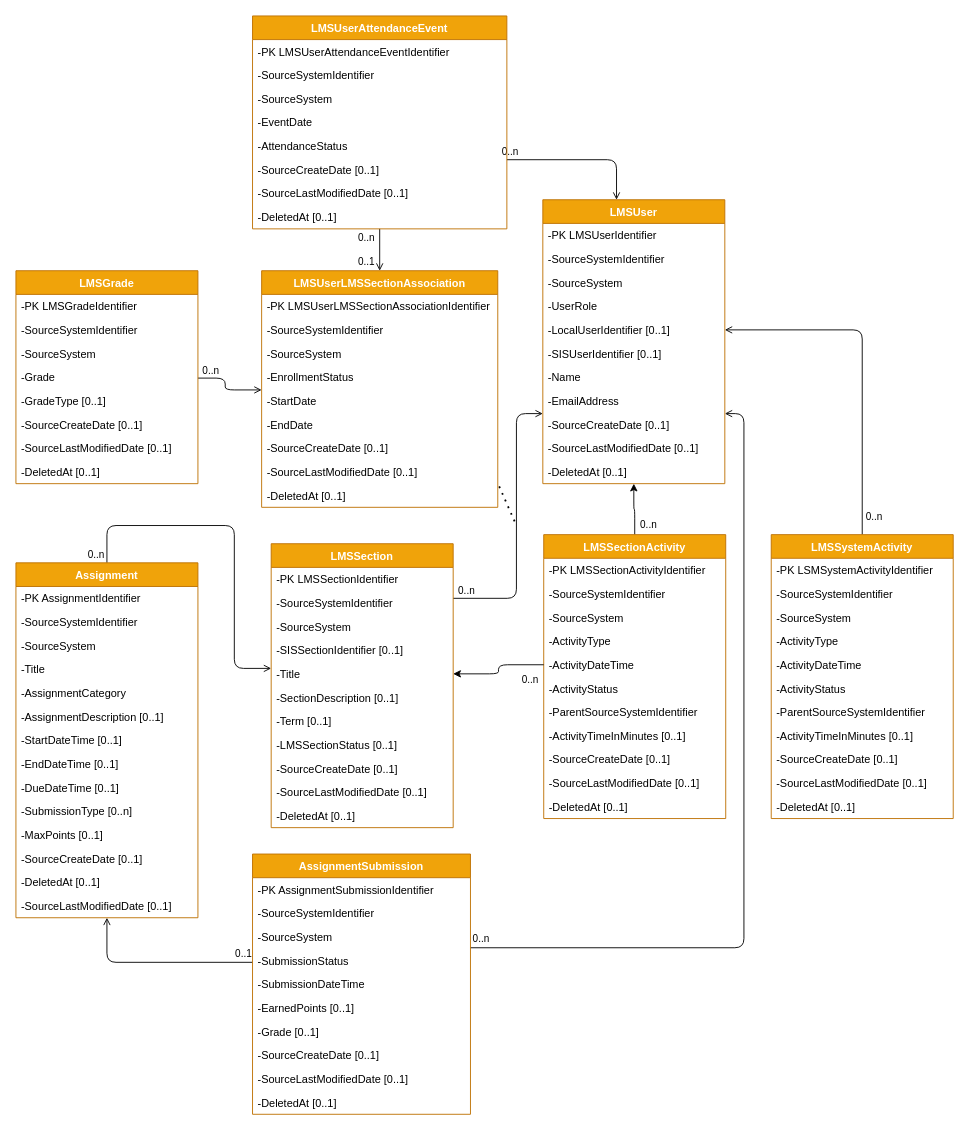
Ed-Fi-Exchange-OSS/LMS-Toolkit keeps this draw.io diagram as page "Proposed UDM" (1 of 5) of docs/LMS-Toolkit-API-UML.drawio. Above is the earlier version. Source tidied: cells renumbered, new cells numbered last; positions are measured from the earlier drawing's top-left corner, leaving out a move shared by most shapes. Both pictures are drawn from the tidied source at 91%, with x=0, y=0 at pixel (15, 15).
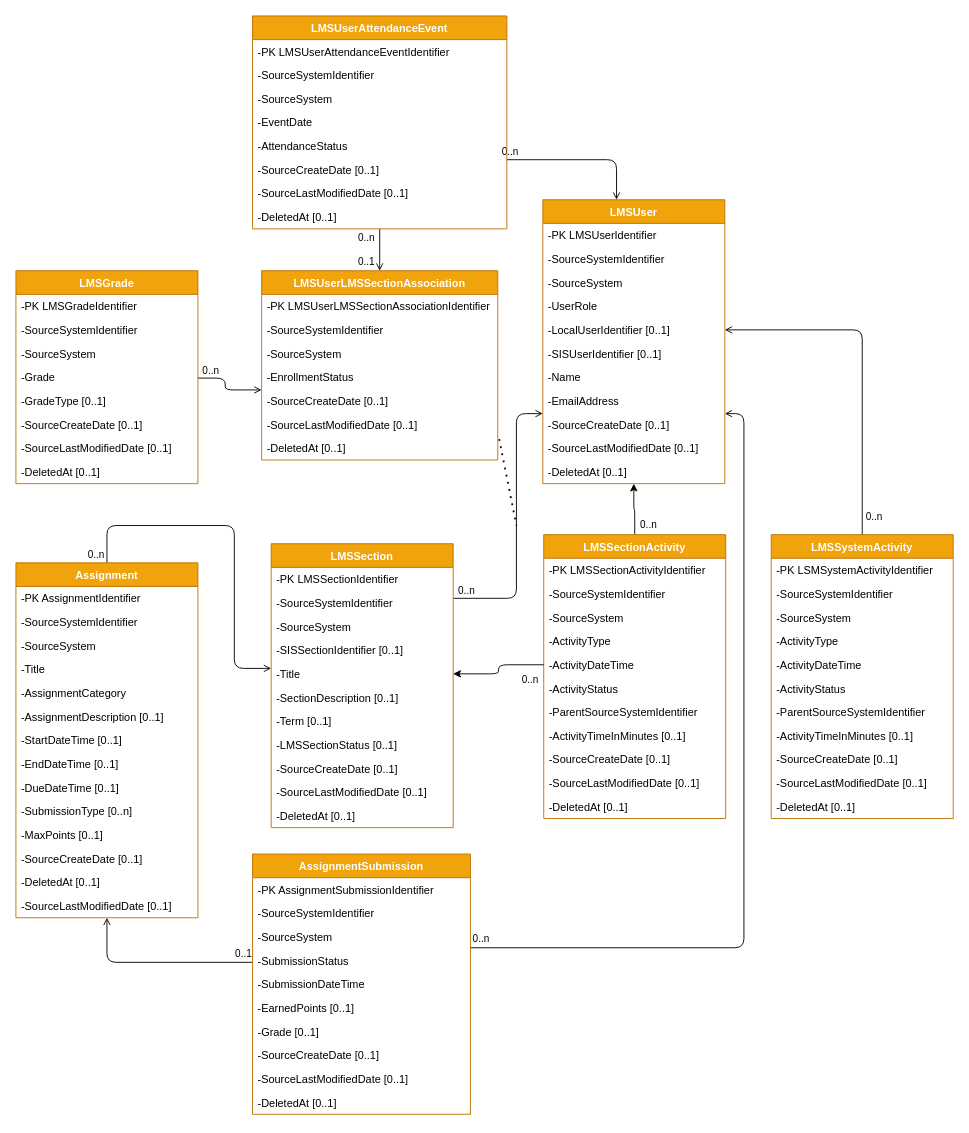
After the change.

The edit, as a diff of the source:
```diff
@@
     <mxCell id="98" value="LMSUserLMSSectionAssociation" style="swimlane;fontStyle=1;horizontal=1;startSize=26;fillColor=#f0a30a;strokeColor=#BD7000;fontColor=#ffffff;" parent="1" vertex="1">
-      <mxGeometry x="270" y="280" width="259.5" height="260" as="geometry" />
+      <mxGeometry x="270" y="280" width="259.5" height="208" as="geometry" />
     </mxCell>
@@
-    <mxCell id="103" value="-StartDate" style="text;align=left;verticalAlign=top;spacingLeft=4;spacingRight=4;overflow=hidden;" parent="98" vertex="1">
-      <mxGeometry y="130" width="259.5" height="26" as="geometry" />
-    </mxCell>
-    <mxCell id="104" value="-EndDate" style="text;align=left;verticalAlign=top;spacingLeft=4;spacingRight=4;overflow=hidden;" parent="98" vertex="1">
-      <mxGeometry y="156" width="259.5" height="26" as="geometry" />
-    </mxCell>
     <mxCell id="105" value="-SourceCreateDate [0..1]" style="text;align=left;verticalAlign=top;spacingLeft=4;spacingRight=4;overflow=hidden;" parent="98" vertex="1">
-      <mxGeometry y="182" width="259.5" height="26" as="geometry" />
+      <mxGeometry y="130" width="259.5" height="26" as="geometry" />
     </mxCell>
     <mxCell id="106" value="-SourceLastModifiedDate [0..1]" style="text;align=left;verticalAlign=top;spacingLeft=4;spacingRight=4;overflow=hidden;points=[[0,0.5],[1,0.5]];portConstraint=eastwest;" parent="98" vertex="1">
-      <mxGeometry y="208" width="259.5" height="26" as="geometry" />
+      <mxGeometry y="156" width="259.5" height="26" as="geometry" />
     </mxCell>
     <mxCell id="107" value="-DeletedAt [0..1]" style="text;align=left;verticalAlign=top;spacingLeft=4;spacingRight=4;overflow=hidden;" parent="98" vertex="1">
-      <mxGeometry y="234" width="259.5" height="26" as="geometry" />
+      <mxGeometry y="182" width="259.5" height="26" as="geometry" />
     </mxCell>
```
